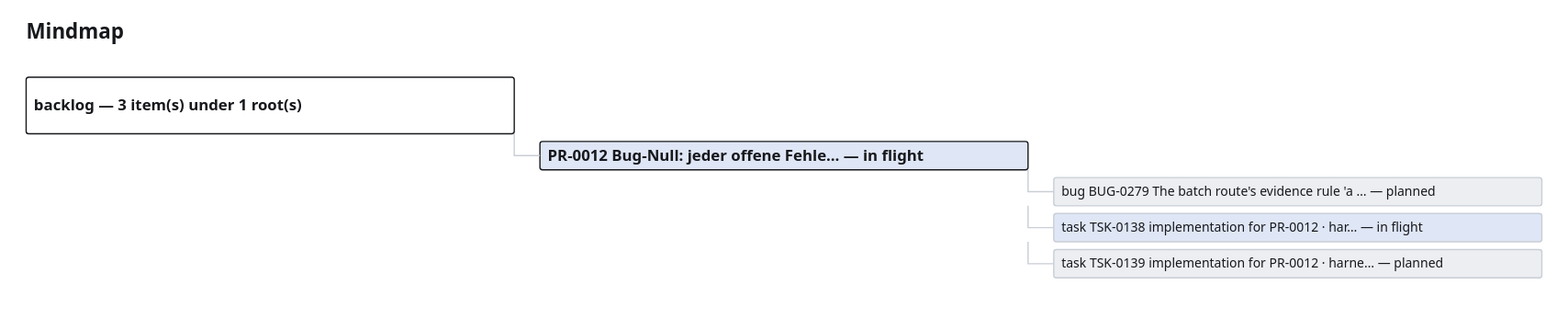
Above: project_memory/generated/mindmap.drawio.svg in GiaZenX/harness (draw.io), before the change. Source tidied: cells renumbered, new cells last; positions are measured from the earlier drawing's top-left corner, leaving out a move shared by most shapes.
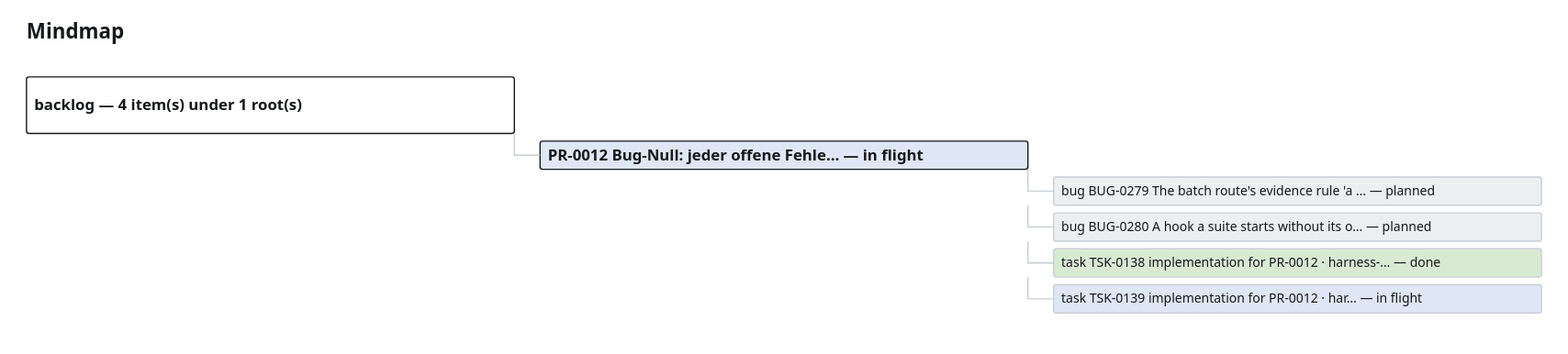
The same file after the commit.

Diff of the diagram source:
```diff
@@ -5,7 +5,7 @@
     <mxCell id="2" value="Mindmap" style="text;html=1;fontSize=16;fontStyle=1;" parent="1" vertex="1">
       <mxGeometry width="300" height="20" as="geometry" />
     </mxCell>
-    <mxCell id="3" value="backlog — 3 item(s) under 1 root(s)" style="rounded=1;whiteSpace=wrap;html=1;fillColor=#ffffff;strokeColor=#16181c;fontSize=12;fontStyle=1;" parent="1" vertex="1">
+    <mxCell id="3" value="backlog — 4 item(s) under 1 root(s)" style="rounded=1;whiteSpace=wrap;html=1;fillColor=#ffffff;strokeColor=#16181c;fontSize=12;fontStyle=1;" parent="1" vertex="1">
       <mxGeometry y="44" width="380" height="44" as="geometry" />
     </mxCell>
     <mxCell id="4" value="PR-0012 Bug-Null: jeder offene Fehle… — in flight" style="rounded=1;whiteSpace=wrap;html=1;fillColor=#dfe6f5;strokeColor=#16181c;fontSize=12;fontStyle=1;" parent="1" vertex="1">
@@ -20,17 +20,23 @@
     <mxCell id="7" style="edgeStyle=orthogonalEdgeStyle;endArrow=none;strokeColor=#c9ced6;" parent="1" edge="1" source="4" target="6">
       <mxGeometry relative="1" as="geometry" />
     </mxCell>
-    <mxCell id="8" value="task TSK-0138 implementation for PR-0012 · har… — in flight" style="rounded=1;whiteSpace=wrap;html=1;fillColor=#dfe6f5;strokeColor=#c9ced6;fontSize=10;" parent="1" vertex="1">
+    <mxCell id="8" value="bug BUG-0280 A hook a suite starts without its o… — planned" style="rounded=1;whiteSpace=wrap;html=1;fillColor=#eceef1;strokeColor=#c9ced6;fontSize=10;" parent="1" vertex="1">
       <mxGeometry x="800" y="150" width="380" height="22" as="geometry" />
     </mxCell>
     <mxCell id="9" style="edgeStyle=orthogonalEdgeStyle;endArrow=none;strokeColor=#c9ced6;" parent="1" edge="1" source="4" target="8">
       <mxGeometry relative="1" as="geometry" />
     </mxCell>
-    <mxCell id="10" value="task TSK-0139 implementation for PR-0012 · harne… — planned" style="rounded=1;whiteSpace=wrap;html=1;fillColor=#eceef1;strokeColor=#c9ced6;fontSize=10;" parent="1" vertex="1">
+    <mxCell id="10" value="task TSK-0138 implementation for PR-0012 · harness-… — done" style="rounded=1;whiteSpace=wrap;html=1;fillColor=#d9ead3;strokeColor=#c9ced6;fontSize=10;" parent="1" vertex="1">
       <mxGeometry x="800" y="178" width="380" height="22" as="geometry" />
     </mxCell>
     <mxCell id="11" style="edgeStyle=orthogonalEdgeStyle;endArrow=none;strokeColor=#c9ced6;" parent="1" edge="1" source="4" target="10">
       <mxGeometry relative="1" as="geometry" />
     </mxCell>
+    <mxCell id="12" value="task TSK-0139 implementation for PR-0012 · har… — in flight" style="rounded=1;whiteSpace=wrap;html=1;fillColor=#dfe6f5;strokeColor=#c9ced6;fontSize=10;" parent="1" vertex="1">
+      <mxGeometry x="800" y="206" width="380" height="22" as="geometry" />
+    </mxCell>
+    <mxCell id="13" style="edgeStyle=orthogonalEdgeStyle;endArrow=none;strokeColor=#c9ced6;" parent="1" edge="1" source="4" target="12">
+      <mxGeometry relative="1" as="geometry" />
+    </mxCell>
   </root>
 </mxGraphModel>
```
